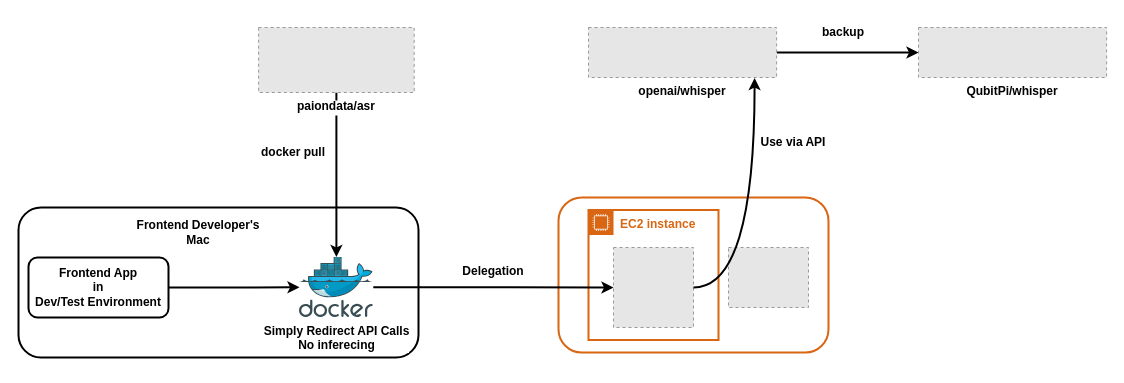
This is img/frontend-dev-design.drawio from QubitPi/tiger, a draw.io file, before an edit. Source tidied: cells renumbered, new cells numbered last; positions are measured from the earlier drawing's top-left corner, leaving out a move shared by most shapes. Both pictures are drawn from the tidied source at 100%, with x=0, y=0 at pixel (18, 17). Pictures stored in the file or linked from it are replaced by grey dashed boxes.
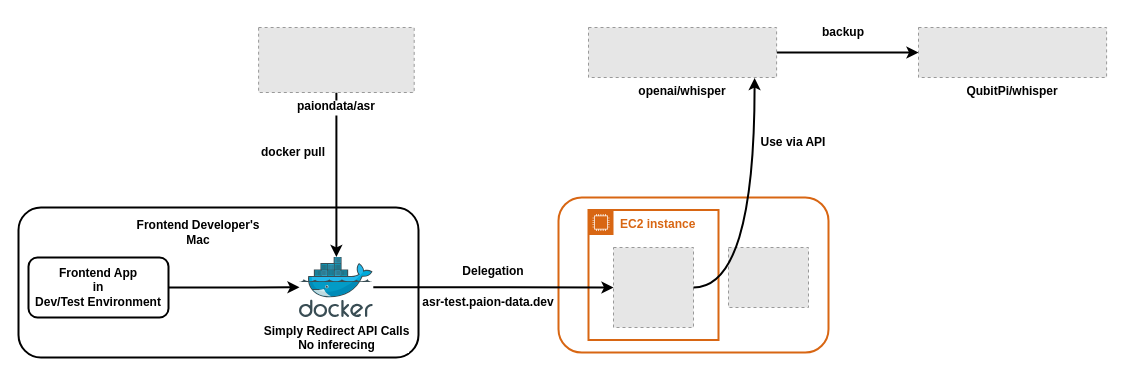
The same diagram, later.

The edit, as a diff of the source:
```diff
@@
+    <mxCell id="24" value="&lt;font face=&quot;Ubuntu&quot;&gt;&lt;b&gt;asr-test.paion-data.dev&lt;/b&gt;&lt;/font&gt;" style="text;html=1;align=center;verticalAlign=middle;whiteSpace=wrap;rounded=0;" parent="1" vertex="1">
+      <mxGeometry x="380" y="270" width="180" height="30" as="geometry" />
+    </mxCell>
```
